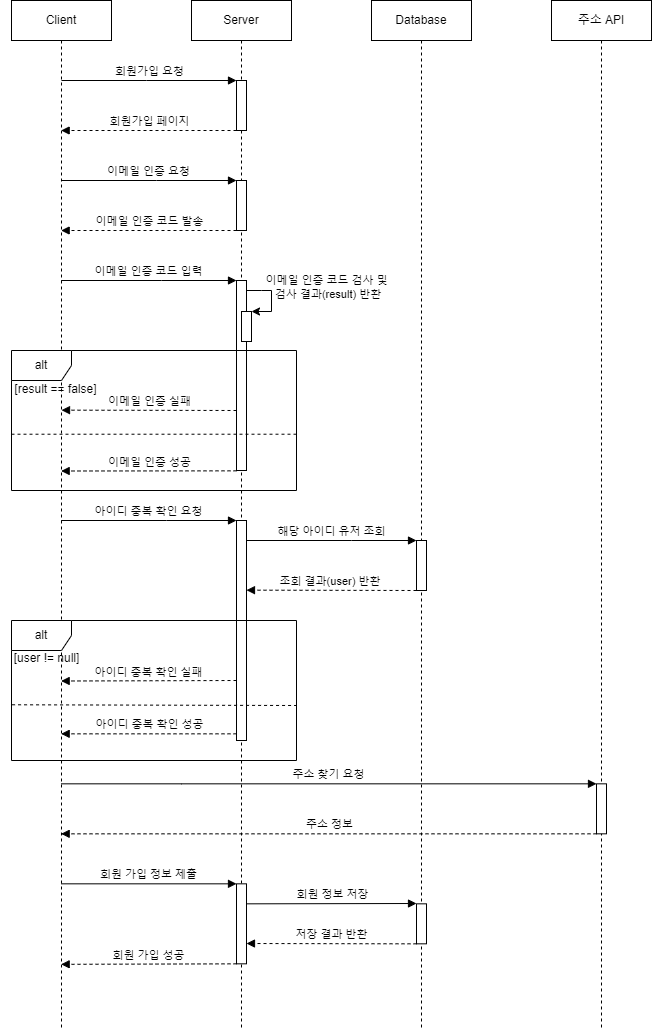
The draw.io diagram architecture/SequenceDiagram/회원가입.png in 98Woonho/ITHotel, before a commit. Source tidied: cells renumbered, new cells last; positions are measured from the earlier drawing's top-left corner, leaving out a move shared by most shapes.
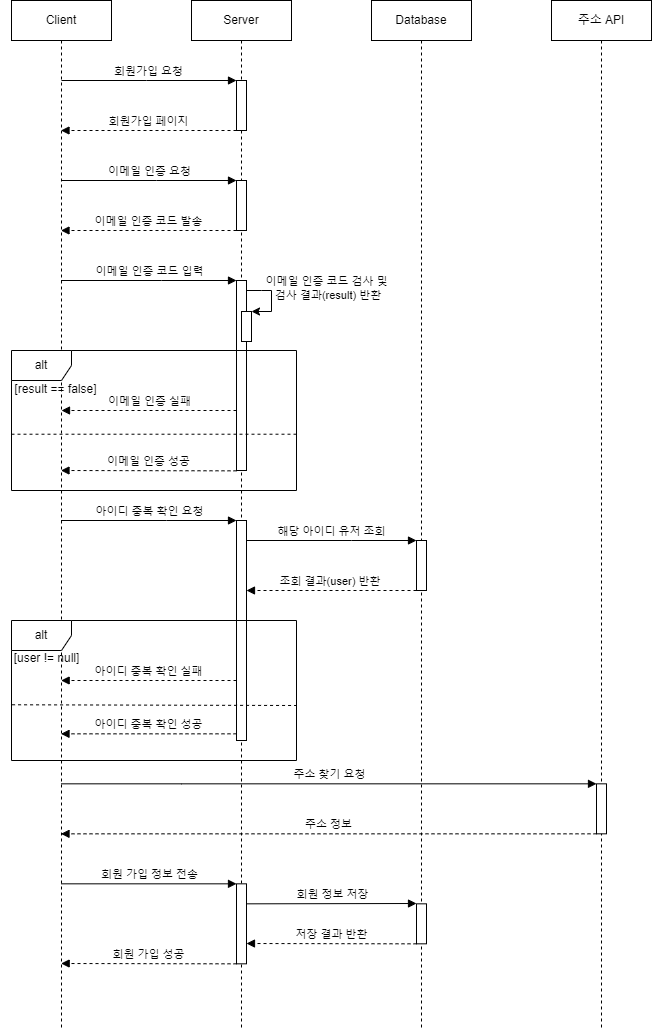
The same diagram one commit later.

Commit message:
Sequence Diagram 추가

Diff of the diagram source:
```diff
@@ -150,7 +150,7 @@
     <mxCell id="30" value="&lt;span style=&quot;color: rgba(0, 0, 0, 0); font-family: monospace; font-size: 0px; text-align: start;&quot;&gt;%3CmxGraphModel%3E%3Croot%3E%3CmxCell%20id%3D%220%22%2F%3E%3CmxCell%20id%3D%221%22%20parent%3D%220%22%2F%3E%3CmxCell%20id%3D%222%22%20value%3D%22Server%22%20style%3D%22shape%3DumlLifeline%3Bperimeter%3DlifelinePerimeter%3BwhiteSpace%3Dwrap%3Bhtml%3D1%3Bcontainer%3D0%3BdropTarget%3D0%3Bcollapsible%3D0%3BrecursiveResize%3D0%3BoutlineConnect%3D0%3BportConstraint%3Deastwest%3BnewEdgeStyle%3D%7B%26quot%3BedgeStyle%26quot%3B%3A%26quot%3BelbowEdgeStyle%26quot%3B%2C%26quot%3Belbow%26quot%3B%3A%26quot%3Bvertical%26quot%3B%2C%26quot%3Bcurved%26quot%3B%3A0%2C%26quot%3Brounded%26quot%3B%3A0%7D%3B%22%20vertex%3D%221%22%20parent%3D%221%22%3E%3CmxGeometry%20x%3D%22220%22%20y%3D%2240%22%20width%3D%22100%22%20height%3D%22300%22%20as%3D%22geometry%22%2F%3E%3C%2FmxCell%3E%3CmxCell%20id%3D%223%22%20value%3D%22%22%20style%3D%22html%3D1%3Bpoints%3D%5B%5D%3Bperimeter%3DorthogonalPerimeter%3BoutlineConnect%3D0%3BtargetShapes%3DumlLifeline%3BportConstraint%3Deastwest%3BnewEdgeStyle%3D%7B%26quot%3BedgeStyle%26quot%3B%3A%26quot%3BelbowEdgeStyle%26quot%3B%2C%26quot%3Belbow%26quot%3B%3A%26quot%3Bvertical%26quot%3B%2C%26quot%3Bcurved%26quot%3B%3A0%2C%26quot%3Brounded%26quot%3B%3A0%7D%3B%22%20vertex%3D%221%22%20parent%3D%222%22%3E%3CmxGeometry%20x%3D%2245%22%20y%3D%2280%22%20width%3D%2210%22%20height%3D%2250%22%20as%3D%22geometry%22%2F%3E%3C%2FmxCell%3E%3C%2Froot%3E%3C%2FmxGraphModel%3E&lt;/span&gt;" style="html=1;points=[];perimeter=orthogonalPerimeter;outlineConnect=0;targetShapes=umlLifeline;portConstraint=eastwest;newEdgeStyle={&quot;edgeStyle&quot;:&quot;elbowEdgeStyle&quot;,&quot;elbow&quot;:&quot;vertical&quot;,&quot;curved&quot;:0,&quot;rounded&quot;:0};" parent="1" vertex="1">
       <mxGeometry x="236" y="883.3" width="10" height="80" as="geometry" />
     </mxCell>
-    <mxCell id="31" value="회원 가입 정보 제출" style="html=1;verticalAlign=bottom;endArrow=block;edgeStyle=elbowEdgeStyle;elbow=vertical;curved=0;rounded=0;" parent="1" edge="1" source="2" target="30">
+    <mxCell id="31" value="회원 가입 정보 전송" style="html=1;verticalAlign=bottom;endArrow=block;edgeStyle=elbowEdgeStyle;elbow=vertical;curved=0;rounded=0;" parent="1" edge="1" source="2" target="30">
       <mxGeometry relative="1" as="geometry">
         <Array as="points">
           <mxPoint x="241" y="883.3" />
```
